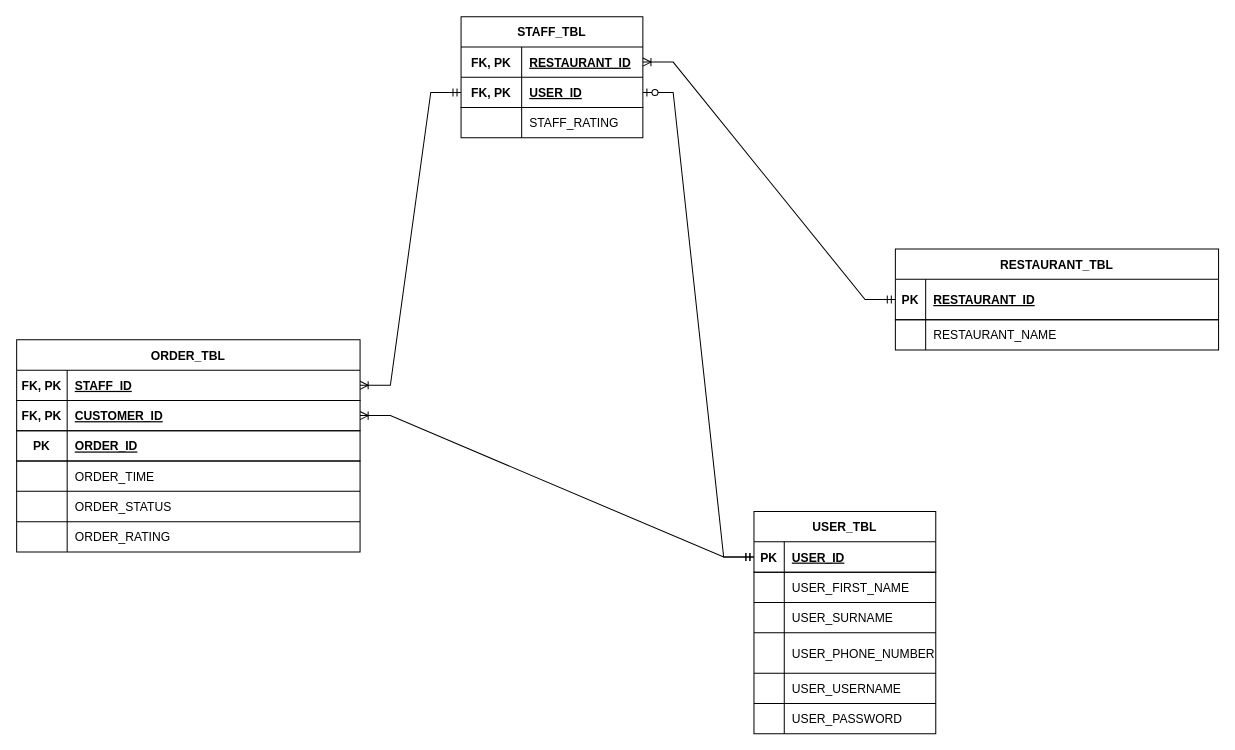
Kereshlin/restaurant keeps this draw.io diagram as planning/db_planning/database/database_uml.drawio. Above is the earlier version. Source tidied: cells renumbered, new cells numbered last; positions are measured from the earlier drawing's top-left corner, leaving out a move shared by most shapes. Both pictures are drawn from the tidied source at 101%, with x=0, y=0 at pixel (16, 16).
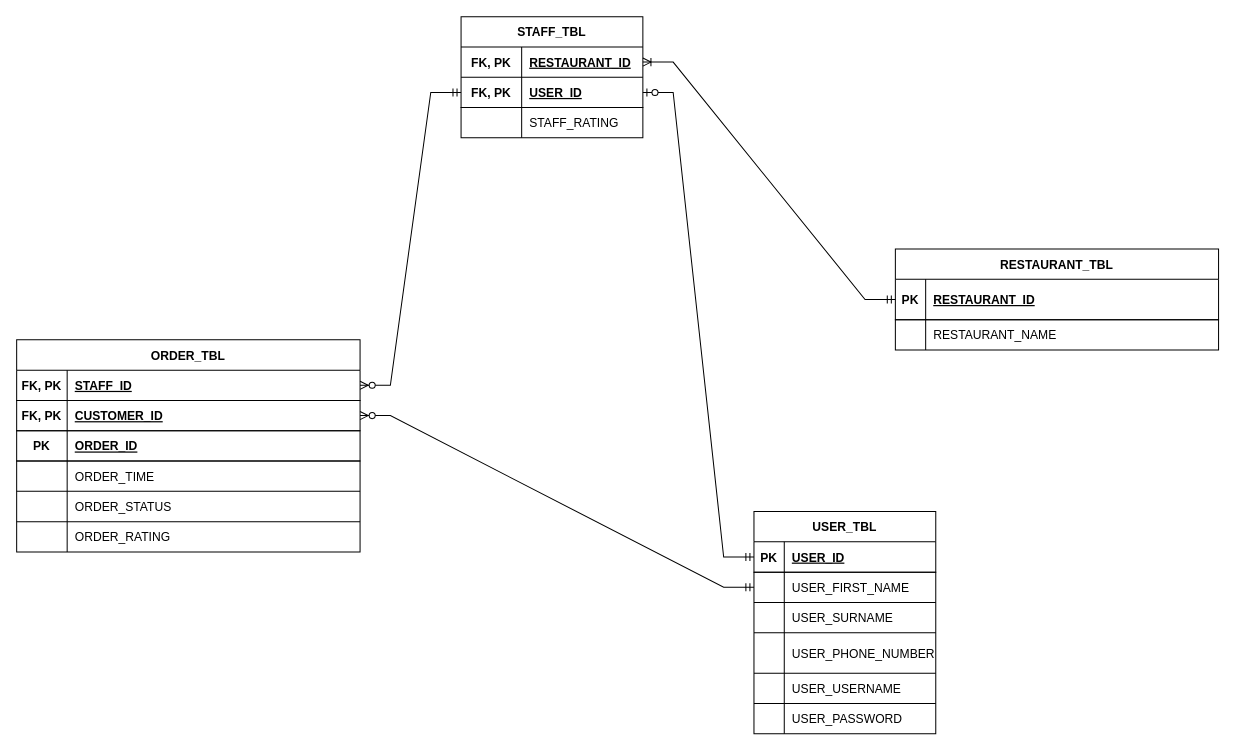
The same page after the edit.

The change refers to these unchanged cells:
```xml
<mxCell id="3" style="shape=tableRow;horizontal=0;startSize=0;swimlaneHead=0;swimlaneBody=0;fillColor=none;points=[[0,0.5],[1,0.5]];portConstraint=eastwest;top=0;left=0;right=0;bottom=1;" parent="2" vertex="1">
  <mxGeometry y="30" width="180" height="30" as="geometry" />
</mxCell>
<mxCell id="6" style="shape=tableRow;horizontal=0;startSize=0;swimlaneHead=0;swimlaneBody=0;fillColor=none;points=[[0,0.5],[1,0.5]];portConstraint=eastwest;top=0;left=0;right=0;bottom=0;" parent="2" vertex="1">
  <mxGeometry y="60" width="180" height="30" as="geometry" />
</mxCell>
<mxCell id="26" style="shape=tableRow;horizontal=0;startSize=0;swimlaneHead=0;swimlaneBody=0;fillColor=none;points=[[0,0.5],[1,0.5]];portConstraint=eastwest;top=0;left=0;right=0;bottom=1;" parent="22" vertex="1">
  <mxGeometry y="60" width="180" height="30" as="geometry" />
</mxCell>
<mxCell id="41" style="shape=tableRow;horizontal=0;startSize=0;swimlaneHead=0;swimlaneBody=0;fillColor=none;points=[[0,0.5],[1,0.5]];portConstraint=eastwest;top=0;left=0;right=0;bottom=1;" parent="40" vertex="1">
  <mxGeometry y="30" width="340" height="30" as="geometry" />
</mxCell>
<mxCell id="44" style="shape=tableRow;horizontal=0;startSize=0;swimlaneHead=0;swimlaneBody=0;fillColor=none;points=[[0,0.5],[1,0.5]];portConstraint=eastwest;top=0;left=0;right=0;bottom=1;" parent="40" vertex="1">
  <mxGeometry y="60" width="340" height="30" as="geometry" />
</mxCell>
```

Change to the diagram source:
```diff
@@
+    <mxCell id="61" style="edgeStyle=entityRelationEdgeStyle;fontSize=12;html=1;endArrow=ERzeroToMany;startArrow=ERmandOne;rounded=0;entryX=1;entryY=0.5;entryDx=0;entryDy=0;exitX=0;exitY=0.5;exitDx=0;exitDy=0;" parent="1" edge="1" source="6" target="44">
+      <mxGeometry relative="1" as="geometry" />
+    </mxCell>
-    <mxCell id="59" style="edgeStyle=entityRelationEdgeStyle;fontSize=12;html=1;endArrow=ERoneToMany;startArrow=ERmandOne;rounded=0;exitX=0;exitY=0.5;exitDx=0;exitDy=0;entryX=1;entryY=0.5;entryDx=0;entryDy=0;" parent="1" edge="1" source="26" target="41">
+    <mxCell id="59" style="edgeStyle=entityRelationEdgeStyle;fontSize=12;html=1;endArrow=ERzeroToMany;startArrow=ERmandOne;rounded=0;exitX=0;exitY=0.5;exitDx=0;exitDy=0;entryX=1;entryY=0.5;entryDx=0;entryDy=0;" parent="1" edge="1" source="26" target="41">
       <mxGeometry relative="1" as="geometry" />
     </mxCell>
-    <mxCell id="60" style="edgeStyle=entityRelationEdgeStyle;fontSize=12;html=1;endArrow=ERoneToMany;startArrow=ERmandOne;rounded=0;exitX=0;exitY=0.5;exitDx=0;exitDy=0;entryX=1;entryY=0.5;entryDx=0;entryDy=0;" parent="1" edge="1" source="3" target="44">
-      <mxGeometry relative="1" as="geometry" />
-    </mxCell>
```
